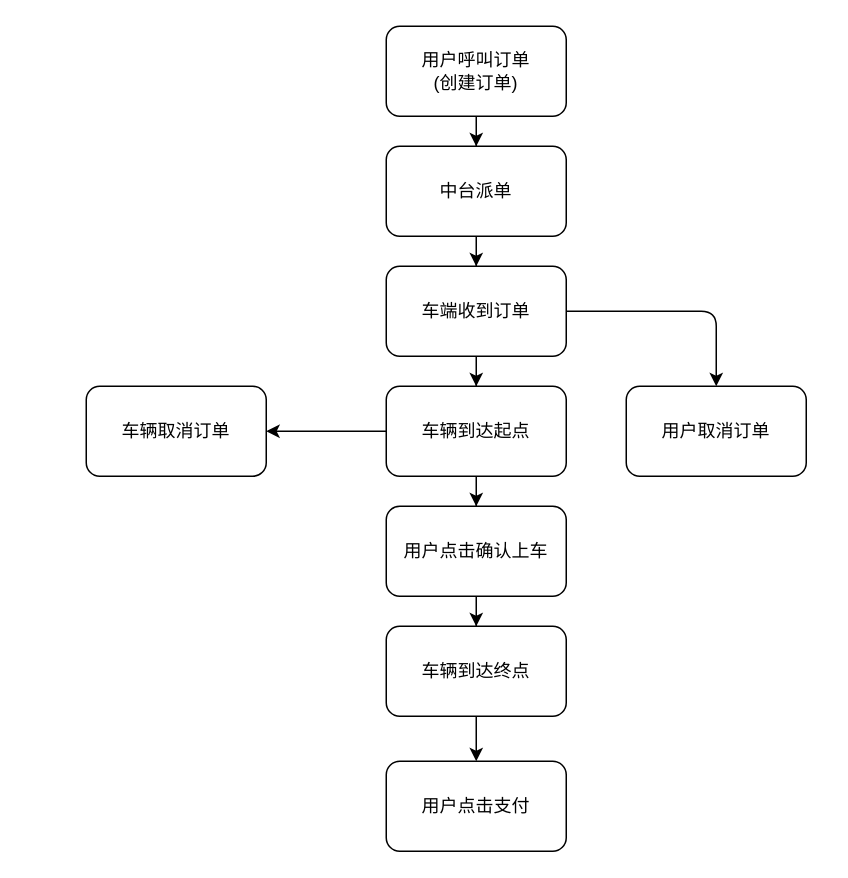
This is 出行项目/go-print-log.drawio from wurh/myDesignDoc, a draw.io file, before an edit. Source tidied: cells renumbered, new cells numbered last; positions are measured from the earlier drawing's top-left corner, leaving out a move shared by most shapes. Both pictures are drawn from the tidied source at 150%, with x=0, y=0 at pixel (86, 26).
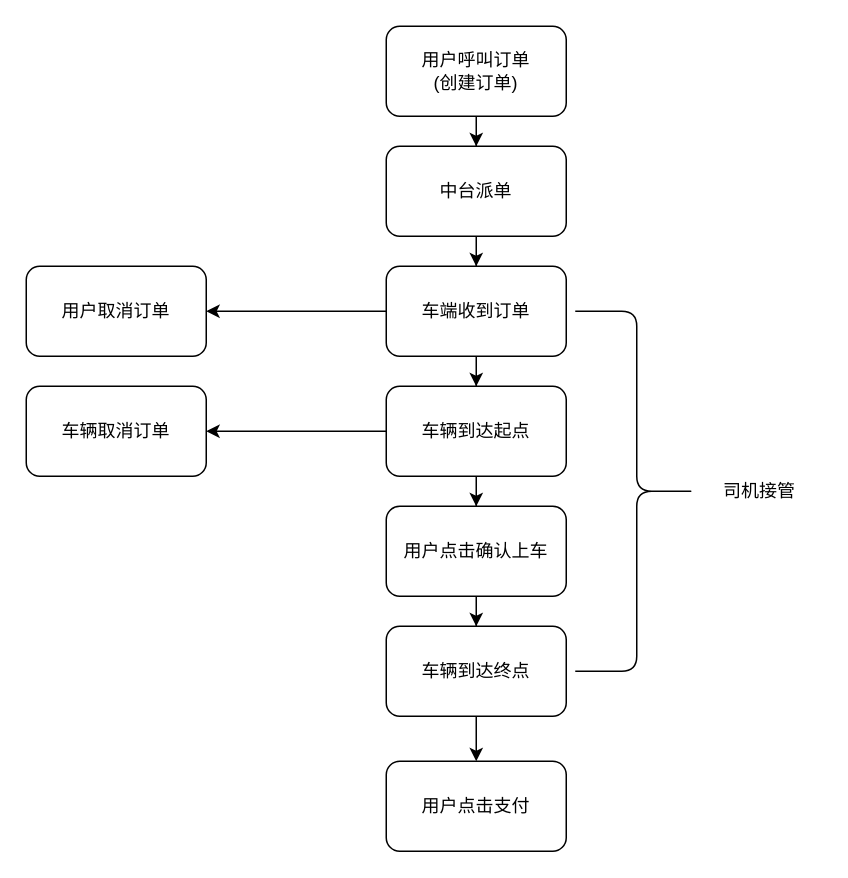
Above is the later version.

Unchanged cells that the change refers to:
```xml
<mxCell id="7" value="车端收到订单" style="rounded=1;whiteSpace=wrap;html=1;" parent="1" vertex="1">
  <mxGeometry x="200" y="160" width="120" height="60" as="geometry" />
</mxCell>
```

The edit, as a diff of the source:
```diff
@@
     <mxCell id="15" value="用户取消订单" style="rounded=1;whiteSpace=wrap;html=1;" parent="1" vertex="1">
-      <mxGeometry x="360" y="240" width="120" height="60" as="geometry" />
+      <mxGeometry x="-40" y="160" width="120" height="60" as="geometry" />
     </mxCell>
-    <mxCell id="16" style="endArrow=classic;html=1;exitX=1;exitY=0.5;exitDx=0;exitDy=0;entryX=0.5;entryY=0;entryDx=0;entryDy=0;edgeStyle=orthogonalEdgeStyle;" parent="1" edge="1" source="7" target="15">
-      <mxGeometry relative="1" as="geometry" />
-    </mxCell>
     <mxCell id="17" value="车辆取消订单" style="rounded=1;whiteSpace=wrap;html=1;" parent="1" vertex="1">
-      <mxGeometry y="240" width="120" height="60" as="geometry" />
+      <mxGeometry x="-40" y="240" width="120" height="60" as="geometry" />
     </mxCell>
@@
+    <mxCell id="19" style="shape=curlyBracket;whiteSpace=wrap;html=1;rounded=1;rotation=-180;" parent="1" vertex="1">
+      <mxGeometry x="326" y="190" width="82" height="240" as="geometry" />
+    </mxCell>
+    <mxCell id="16" style="endArrow=classic;html=1;exitX=0;exitY=0.5;exitDx=0;exitDy=0;" parent="1" edge="1" source="7" target="15">
+      <mxGeometry relative="1" as="geometry" />
+    </mxCell>
+    <mxCell id="20" value="司机接管" style="text;html=1;strokeColor=none;fillColor=none;align=center;verticalAlign=middle;whiteSpace=wrap;rounded=0;" parent="1" vertex="1">
+      <mxGeometry x="408" y="300" width="82" height="20" as="geometry" />
+    </mxCell>
```
